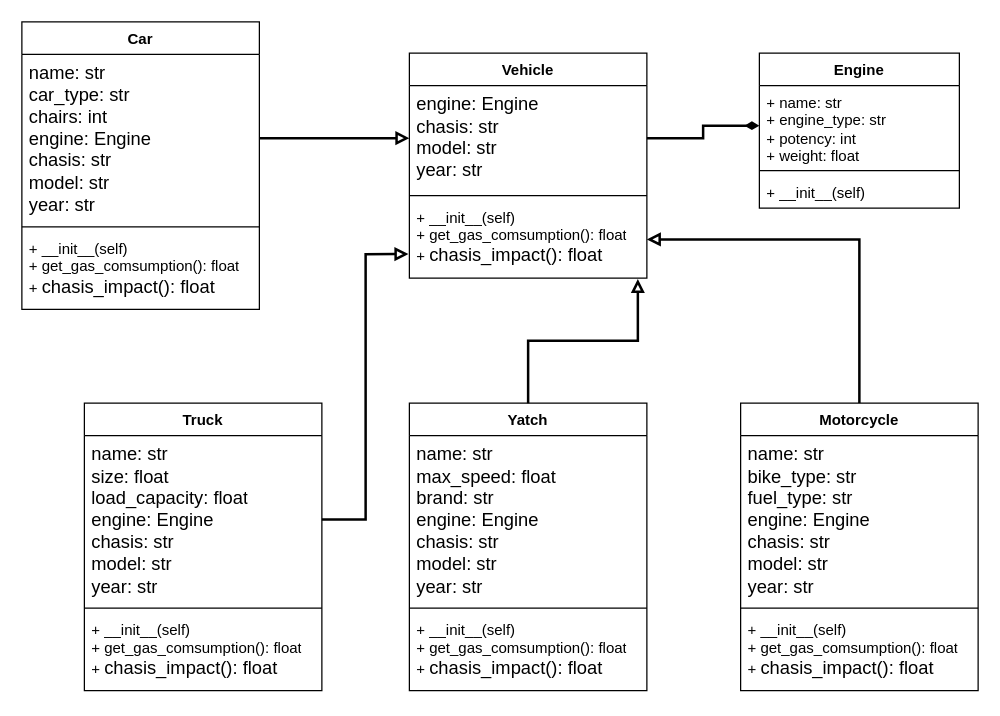
The draw.io diagram Software Design/Workshops/Workshop 1/SD-WorkShop1-Diagram.drawio in YoshiK13/UD_Classes, before the edit. Source tidied: cells renumbered, new cells numbered last; positions are measured from the earlier drawing's top-left corner, leaving out a move shared by most shapes. Both pictures are drawn from the tidied source at 125%, with x=0, y=0 at pixel (21, 21).
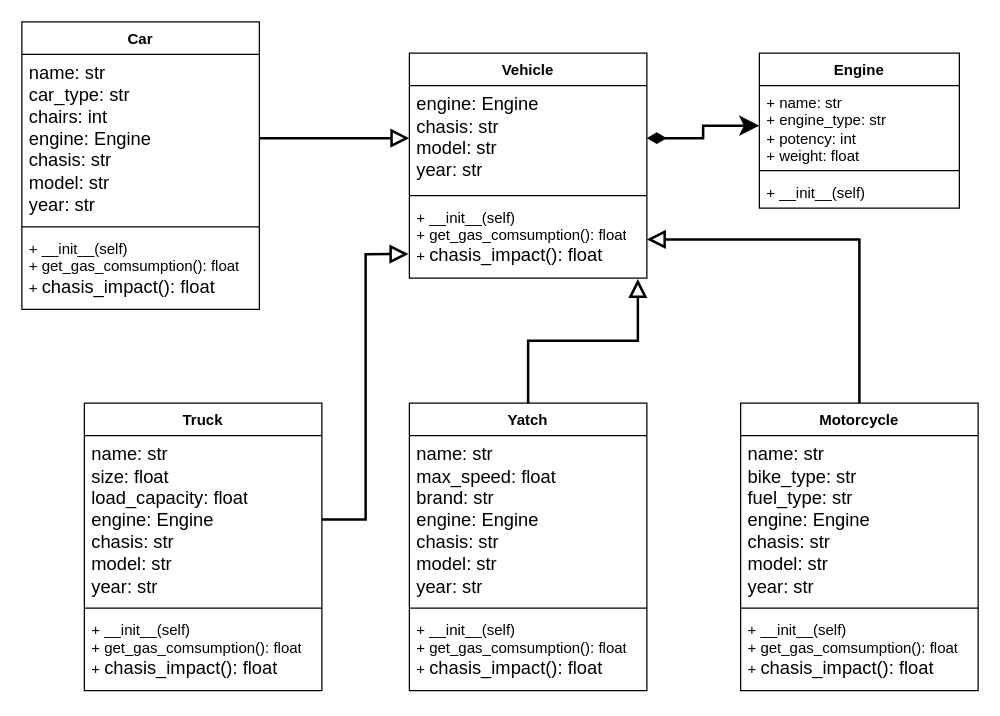
After the change.

The change refers to these unchanged cells:
```xml
<mxCell id="3" value="+ name: str&lt;div&gt;+&amp;nbsp;&lt;span style=&quot;background-color: initial;&quot;&gt;engine_type: str&lt;/span&gt;&lt;/div&gt;&lt;div&gt;&lt;span style=&quot;background-color: initial;&quot;&gt;+ potency: int&lt;/span&gt;&lt;/div&gt;&lt;div&gt;&lt;span style=&quot;background-color: initial;&quot;&gt;+ weight: float&lt;/span&gt;&lt;/div&gt;&lt;p class=&quot;MsoNormal&quot;&gt;&lt;span lang=&quot;ES-CO&quot;&gt;&lt;/span&gt;&lt;/p&gt;&lt;div&gt;&lt;br&gt;&lt;div&gt;&lt;br&gt;&lt;/div&gt;&lt;/div&gt;" style="text;strokeColor=none;fillColor=none;align=left;verticalAlign=top;spacingLeft=4;spacingRight=4;overflow=hidden;points=[[0,0.5],[1,0.5]];portConstraint=eastwest;whiteSpace=wrap;html=1;" parent="2" vertex="1">
  <mxGeometry y="26" width="160" height="64" as="geometry" />
</mxCell>
<mxCell id="7" value="&lt;div&gt;&lt;div&gt;&lt;span style=&quot;background-color: initial; font-family: Calibri, sans-serif; font-size: 11pt;&quot;&gt;engine: Engine&lt;/span&gt;&lt;/div&gt;&lt;div&gt;&lt;span style=&quot;font-family: Calibri, sans-serif; font-size: 11pt; background-color: initial;&quot;&gt;chasis: str&lt;/span&gt;&lt;/div&gt;&lt;div&gt;&lt;span style=&quot;font-family: Calibri, sans-serif; font-size: 11pt; background-color: initial;&quot;&gt;model: str&lt;/span&gt;&lt;/div&gt;&lt;div&gt;&lt;span style=&quot;font-family: Calibri, sans-serif; font-size: 11pt; background-color: initial;&quot;&gt;year: str&lt;/span&gt;&lt;/div&gt;&lt;/div&gt;" style="text;strokeColor=none;fillColor=none;align=left;verticalAlign=top;spacingLeft=4;spacingRight=4;overflow=hidden;points=[[0,0.5],[1,0.5]];portConstraint=eastwest;whiteSpace=wrap;html=1;" parent="6" vertex="1">
  <mxGeometry y="26" width="190" height="84" as="geometry" />
</mxCell>
<mxCell id="9" value="+ __init__(self)&lt;div&gt;+&amp;nbsp;&lt;span style=&quot;background-color: initial;&quot;&gt;get_gas_comsumption(): float&lt;/span&gt;&lt;/div&gt;&lt;div&gt;&lt;span style=&quot;background-color: initial;&quot;&gt;+&amp;nbsp;&lt;/span&gt;&lt;span style=&quot;font-family: Calibri, sans-serif; font-size: 11pt; background-color: initial;&quot;&gt;chasis_impact(): float&lt;/span&gt;&lt;/div&gt;&lt;p class=&quot;MsoNormal&quot;&gt;&lt;span lang=&quot;ES-CO&quot;&gt;&lt;/span&gt;&lt;/p&gt;" style="text;strokeColor=none;fillColor=none;align=left;verticalAlign=top;spacingLeft=4;spacingRight=4;overflow=hidden;points=[[0,0.5],[1,0.5]];portConstraint=eastwest;whiteSpace=wrap;html=1;" parent="6" vertex="1">
  <mxGeometry y="118" width="190" height="62" as="geometry" />
</mxCell>
<mxCell id="13" value="Motorcycle" style="swimlane;fontStyle=1;align=center;verticalAlign=top;horizontal=1;startSize=26;whiteSpace=wrap;html=1;direction=east;" parent="1" vertex="1">
  <mxGeometry x="575" y="305" width="190" height="230" as="geometry" />
</mxCell>
<mxCell id="17" value="Yatch" style="swimlane;fontStyle=1;align=center;verticalAlign=top;horizontal=1;startSize=26;whiteSpace=wrap;html=1;direction=east;" parent="1" vertex="1">
  <mxGeometry x="310" y="305" width="190" height="230" as="geometry" />
</mxCell>
<mxCell id="22" value="&lt;div&gt;&lt;div&gt;&lt;span style=&quot;font-size:11.0pt;line-height:&lt;br/&gt;107%;font-family:&amp;quot;Calibri&amp;quot;,sans-serif;mso-ascii-theme-font:minor-latin;&lt;br/&gt;mso-fareast-font-family:Calibri;mso-fareast-theme-font:minor-latin;mso-hansi-theme-font:&lt;br/&gt;minor-latin;mso-bidi-font-family:&amp;quot;Times New Roman&amp;quot;;mso-bidi-theme-font:minor-bidi;&lt;br/&gt;mso-ansi-language:ES-CO;mso-fareast-language:EN-US;mso-bidi-language:AR-SA&quot; lang=&quot;ES-CO&quot;&gt;name: str&amp;nbsp;&lt;/span&gt;&lt;/div&gt;&lt;div&gt;&lt;span style=&quot;font-size:11.0pt;line-height:&lt;br/&gt;107%;font-family:&amp;quot;Calibri&amp;quot;,sans-serif;mso-ascii-theme-font:minor-latin;&lt;br/&gt;mso-fareast-font-family:Calibri;mso-fareast-theme-font:minor-latin;mso-hansi-theme-font:&lt;br/&gt;minor-latin;mso-bidi-font-family:&amp;quot;Times New Roman&amp;quot;;mso-bidi-theme-font:minor-bidi;&lt;br/&gt;mso-ansi-language:ES-CO;mso-fareast-language:EN-US;mso-bidi-language:AR-SA&quot; lang=&quot;ES-CO&quot;&gt;size: float&amp;nbsp;&lt;/span&gt;&lt;/div&gt;&lt;div&gt;&lt;span style=&quot;font-family: Calibri, sans-serif; font-size: 11pt; background-color: initial;&quot;&gt;load_capacity: float&lt;/span&gt;&lt;/div&gt;&lt;div&gt;&lt;span style=&quot;font-family: Calibri, sans-serif; font-size: 11pt; background-color: initial;&quot;&gt;engine: Engine&lt;/span&gt;&lt;/div&gt;&lt;div&gt;&lt;span style=&quot;font-family: Calibri, sans-serif; font-size: 11pt; background-color: initial;&quot;&gt;chasis: str&lt;/span&gt;&lt;/div&gt;&lt;div&gt;&lt;span style=&quot;font-family: Calibri, sans-serif; font-size: 11pt; background-color: initial;&quot;&gt;model: str&lt;/span&gt;&lt;/div&gt;&lt;div&gt;&lt;span style=&quot;font-family: Calibri, sans-serif; font-size: 11pt; background-color: initial;&quot;&gt;year: str&lt;/span&gt;&lt;/div&gt;&lt;/div&gt;" style="text;strokeColor=none;fillColor=none;align=left;verticalAlign=top;spacingLeft=4;spacingRight=4;overflow=hidden;points=[[0,0.5],[1,0.5]];portConstraint=eastwest;whiteSpace=wrap;html=1;" parent="21" vertex="1">
  <mxGeometry y="26" width="190" height="134" as="geometry" />
</mxCell>
<mxCell id="26" value="&lt;div&gt;&lt;div&gt;&lt;span style=&quot;font-size:11.0pt;line-height:&lt;br/&gt;107%;font-family:&amp;quot;Calibri&amp;quot;,sans-serif;mso-ascii-theme-font:minor-latin;&lt;br/&gt;mso-fareast-font-family:Calibri;mso-fareast-theme-font:minor-latin;mso-hansi-theme-font:&lt;br/&gt;minor-latin;mso-bidi-font-family:&amp;quot;Times New Roman&amp;quot;;mso-bidi-theme-font:minor-bidi;&lt;br/&gt;mso-ansi-language:ES-CO;mso-fareast-language:EN-US;mso-bidi-language:AR-SA&quot; lang=&quot;ES-CO&quot;&gt;name: str&lt;/span&gt;&lt;/div&gt;&lt;div&gt;&lt;span style=&quot;font-family: Calibri, sans-serif; font-size: 11pt; background-color: initial;&quot;&gt;car_type: str&amp;nbsp;&lt;/span&gt;&lt;br&gt;&lt;/div&gt;&lt;div&gt;&lt;span style=&quot;font-family: Calibri, sans-serif; font-size: 11pt; background-color: initial;&quot;&gt;chairs: int&lt;/span&gt;&lt;/div&gt;&lt;div&gt;&lt;span style=&quot;font-family: Calibri, sans-serif; font-size: 11pt; background-color: initial;&quot;&gt;engine: Engine&lt;/span&gt;&lt;/div&gt;&lt;div&gt;&lt;span style=&quot;font-family: Calibri, sans-serif; font-size: 11pt; background-color: initial;&quot;&gt;chasis: str&lt;/span&gt;&lt;/div&gt;&lt;div&gt;&lt;span style=&quot;font-family: Calibri, sans-serif; font-size: 11pt; background-color: initial;&quot;&gt;model: str&lt;/span&gt;&lt;/div&gt;&lt;div&gt;&lt;span style=&quot;font-family: Calibri, sans-serif; font-size: 11pt; background-color: initial;&quot;&gt;year: str&lt;/span&gt;&lt;/div&gt;&lt;/div&gt;" style="text;strokeColor=none;fillColor=none;align=left;verticalAlign=top;spacingLeft=4;spacingRight=4;overflow=hidden;points=[[0,0.5],[1,0.5]];portConstraint=eastwest;whiteSpace=wrap;html=1;" parent="25" vertex="1">
  <mxGeometry y="26" width="190" height="134" as="geometry" />
</mxCell>
```

What changed in the source:
```diff
@@
-    <mxCell id="11" style="edgeStyle=orthogonalEdgeStyle;rounded=0;jettySize=auto;html=1;exitX=1;exitY=0.5;exitDx=0;exitDy=0;entryX=0;entryY=0.5;entryDx=0;entryDy=0;endArrow=diamondThin;endFill=1;strokeWidth=2;" parent="1" edge="1" source="7" target="3">
+    <mxCell id="11" style="edgeStyle=orthogonalEdgeStyle;rounded=0;jettySize=auto;html=1;exitX=1;exitY=0.5;exitDx=0;exitDy=0;entryX=0;entryY=0.5;entryDx=0;entryDy=0;endArrow=classic;endFill=1;strokeWidth=2;startArrow=diamondThin;startFill=1;endSize=10;startSize=10;" parent="1" edge="1" source="7" target="3">
       <mxGeometry relative="1" as="geometry" />
     </mxCell>
-    <mxCell id="12" style="edgeStyle=orthogonalEdgeStyle;rounded=0;jettySize=auto;html=1;exitX=0.5;exitY=0;exitDx=0;exitDy=0;entryX=1;entryY=0.5;entryDx=0;entryDy=0;strokeWidth=2;endArrow=block;endFill=0;" parent="1" edge="1" source="13" target="9">
+    <mxCell id="12" style="edgeStyle=orthogonalEdgeStyle;rounded=0;jettySize=auto;html=1;exitX=0.5;exitY=0;exitDx=0;exitDy=0;entryX=1;entryY=0.5;entryDx=0;entryDy=0;strokeWidth=2;endArrow=block;endFill=0;endSize=10;startSize=10;" parent="1" edge="1" source="13" target="9">
       <mxGeometry relative="1" as="geometry" />
     </mxCell>
@@
-    <mxCell id="29" style="edgeStyle=orthogonalEdgeStyle;rounded=0;jettySize=auto;html=1;exitX=0.5;exitY=0;exitDx=0;exitDy=0;entryX=0.962;entryY=1.012;entryDx=0;entryDy=0;entryPerimeter=0;strokeWidth=2;endArrow=block;endFill=0;" parent="1" edge="1" source="17" target="9">
+    <mxCell id="29" style="edgeStyle=orthogonalEdgeStyle;rounded=0;jettySize=auto;html=1;exitX=0.5;exitY=0;exitDx=0;exitDy=0;entryX=0.962;entryY=1.012;entryDx=0;entryDy=0;entryPerimeter=0;strokeWidth=2;endArrow=block;endFill=0;endSize=10;startSize=10;" parent="1" edge="1" source="17" target="9">
       <mxGeometry relative="1" as="geometry" />
     </mxCell>
-    <mxCell id="30" style="edgeStyle=orthogonalEdgeStyle;rounded=0;jettySize=auto;html=1;exitX=1;exitY=0.5;exitDx=0;exitDy=0;entryX=-0.004;entryY=0.69;entryDx=0;entryDy=0;entryPerimeter=0;strokeWidth=2;endArrow=block;endFill=0;" parent="1" edge="1" source="22" target="9">
+    <mxCell id="30" style="edgeStyle=orthogonalEdgeStyle;rounded=0;jettySize=auto;html=1;exitX=1;exitY=0.5;exitDx=0;exitDy=0;entryX=-0.004;entryY=0.69;entryDx=0;entryDy=0;entryPerimeter=0;strokeWidth=2;endArrow=block;endFill=0;endSize=10;startSize=10;" parent="1" edge="1" source="22" target="9">
       <mxGeometry relative="1" as="geometry" />
     </mxCell>
-    <mxCell id="31" style="edgeStyle=orthogonalEdgeStyle;rounded=0;jettySize=auto;html=1;exitX=1;exitY=0.5;exitDx=0;exitDy=0;entryX=0;entryY=0.5;entryDx=0;entryDy=0;strokeWidth=2;endArrow=block;endFill=0;" parent="1" edge="1" source="26" target="7">
+    <mxCell id="31" style="edgeStyle=orthogonalEdgeStyle;rounded=0;jettySize=auto;html=1;exitX=1;exitY=0.5;exitDx=0;exitDy=0;entryX=0;entryY=0.5;entryDx=0;entryDy=0;strokeWidth=2;endArrow=block;endFill=0;endSize=10;startSize=10;" parent="1" edge="1" source="26" target="7">
       <mxGeometry relative="1" as="geometry" />
     </mxCell>
```
